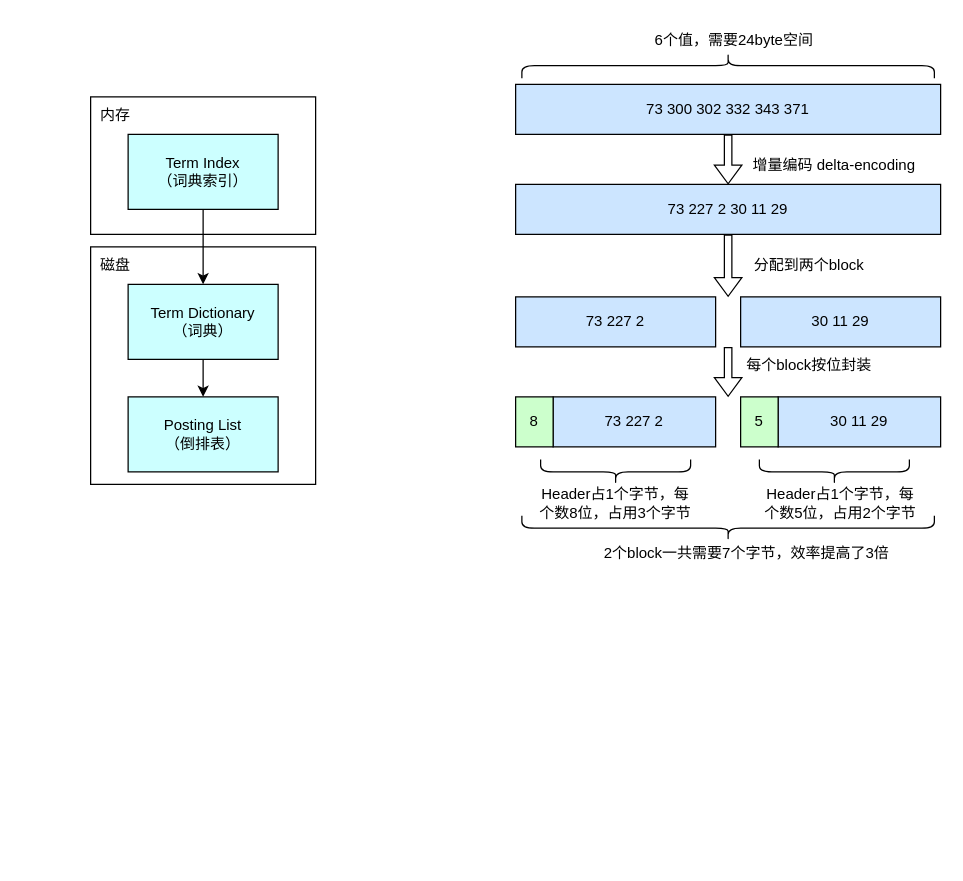
The draw.io diagram ElKDiagram.drawio in u014427391/javatrainingcamp, before the edit. Source tidied: cells renumbered, new cells numbered last; positions are measured from the earlier drawing's top-left corner, leaving out a move shared by most shapes. Both pictures are drawn from the tidied source at 125%, with x=0, y=0 at pixel (78, -141).
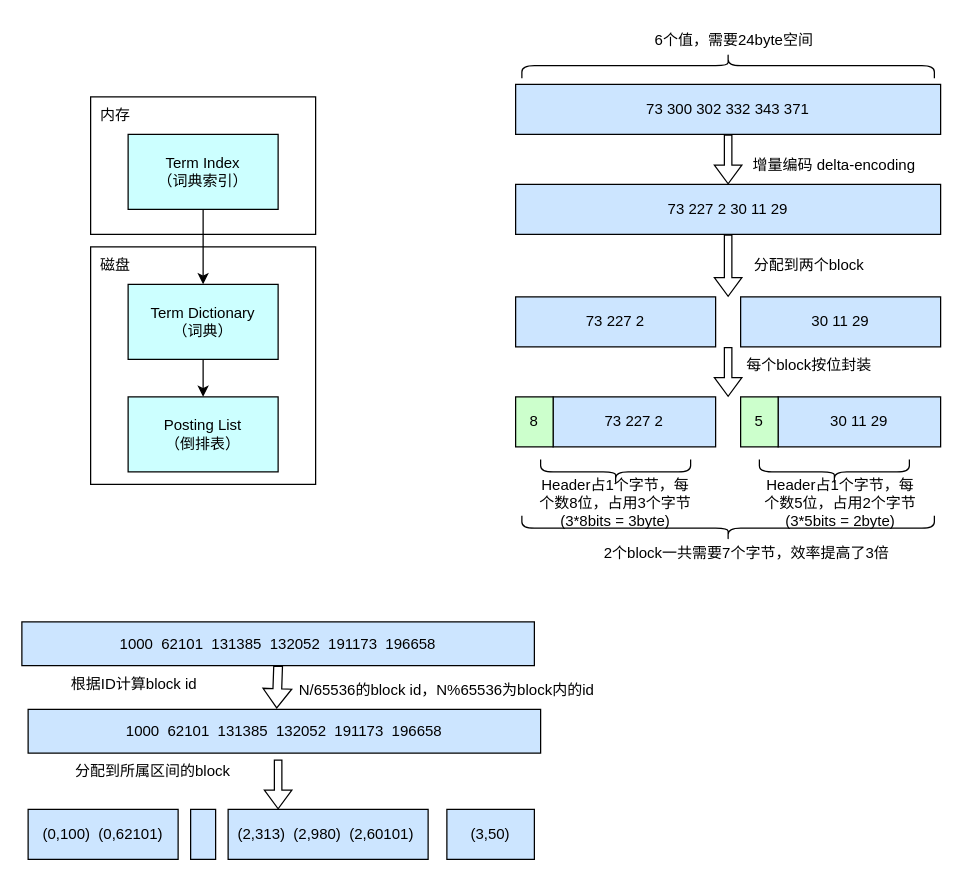
After the change.

The edit, as a diff of the source:
```diff
@@
-    <mxCell id="29" value="Header占1个字节，每个数8位，占用3个字节" style="text;html=1;strokeColor=none;fillColor=none;align=center;verticalAlign=middle;whiteSpace=wrap;rounded=0;" parent="1" vertex="1">
+    <mxCell id="29" value="Header占1个字节，每个数8位，占用3个字节(3*8bits = 3byte)" style="text;html=1;strokeColor=none;fillColor=none;align=center;verticalAlign=middle;whiteSpace=wrap;rounded=0;" parent="1" vertex="1">
       <mxGeometry x="365" y="500" width="130" height="30" as="geometry" />
     </mxCell>
-    <mxCell id="30" value="Header占1个字节，每个数5位，占用2个字节" style="text;html=1;strokeColor=none;fillColor=none;align=center;verticalAlign=middle;whiteSpace=wrap;rounded=0;" parent="1" vertex="1">
+    <mxCell id="30" value="Header占1个字节，每个数5位，占用2个字节(3*5bits = 2byte)" style="text;html=1;strokeColor=none;fillColor=none;align=center;verticalAlign=middle;whiteSpace=wrap;rounded=0;" parent="1" vertex="1">
       <mxGeometry x="545" y="500" width="130" height="30" as="geometry" />
     </mxCell>
@@
+    <mxCell id="33" value="1000&amp;nbsp; 62101&amp;nbsp; 131385&amp;nbsp; 132052&amp;nbsp; 191173&amp;nbsp; 196658" style="rounded=0;whiteSpace=wrap;html=1;fillColor=#CCE5FF;" parent="1" vertex="1">
+      <mxGeometry x="-45" y="610" width="410" height="35" as="geometry" />
+    </mxCell>
+    <mxCell id="34" value="1000&amp;nbsp; 62101&amp;nbsp; 131385&amp;nbsp; 132052&amp;nbsp; 191173&amp;nbsp; 196658" style="rounded=0;whiteSpace=wrap;html=1;fillColor=#CCE5FF;" parent="1" vertex="1">
+      <mxGeometry x="-40" y="680" width="410" height="35" as="geometry" />
+    </mxCell>
+    <mxCell id="35" value="(0,100)&amp;nbsp; (0,62101)" style="rounded=0;whiteSpace=wrap;html=1;fillColor=#CCE5FF;" parent="1" vertex="1">
+      <mxGeometry x="-40" y="760" width="120" height="40" as="geometry" />
+    </mxCell>
+    <mxCell id="36" value="(2,313)&amp;nbsp; (2,980)&amp;nbsp; (2,60101)&amp;nbsp;" style="rounded=0;whiteSpace=wrap;html=1;fillColor=#CCE5FF;" parent="1" vertex="1">
+      <mxGeometry x="120" y="760" width="160" height="40" as="geometry" />
+    </mxCell>
+    <mxCell id="37" value="(3,50)" style="rounded=0;whiteSpace=wrap;html=1;fillColor=#CCE5FF;" parent="1" vertex="1">
+      <mxGeometry x="295" y="760" width="70" height="40" as="geometry" />
+    </mxCell>
+    <mxCell id="38" style="rounded=0;whiteSpace=wrap;html=1;fillColor=#CCE5FF;" parent="1" vertex="1">
+      <mxGeometry x="90" y="760" width="20" height="40" as="geometry" />
+    </mxCell>
+    <mxCell id="39" style="shape=flexArrow;endArrow=classic;html=1;rounded=0;width=7;endSize=4.78;endWidth=15;entryX=0.485;entryY=-0.019;entryDx=0;entryDy=0;exitX=0.5;exitY=1;exitDx=0;exitDy=0;entryPerimeter=0;" parent="1" edge="1" source="33" target="34">
+      <mxGeometry relative="1" as="geometry" />
+    </mxCell>
+    <mxCell id="40" style="shape=flexArrow;endArrow=classic;html=1;rounded=0;width=6;endSize=4.66;endWidth=15;entryX=0.25;entryY=0;entryDx=0;entryDy=0;" parent="1" edge="1" target="36">
+      <mxGeometry relative="1" as="geometry">
+        <mxPoint x="160" y="720" as="sourcePoint" />
+      </mxGeometry>
+    </mxCell>
+    <mxCell id="41" value="根据ID计算block id" style="text;html=1;strokeColor=none;fillColor=none;align=center;verticalAlign=middle;whiteSpace=wrap;rounded=0;" parent="1" vertex="1">
+      <mxGeometry x="-10" y="645" width="110" height="30" as="geometry" />
+    </mxCell>
+    <mxCell id="42" value="N/65536的block id，N%65536为block内的id" style="text;html=1;strokeColor=none;fillColor=none;align=center;verticalAlign=middle;whiteSpace=wrap;rounded=0;" parent="1" vertex="1">
+      <mxGeometry x="170" y="650" width="250" height="30" as="geometry" />
+    </mxCell>
+    <mxCell id="43" value="分配到所属区间的block" style="text;html=1;strokeColor=none;fillColor=none;align=center;verticalAlign=middle;whiteSpace=wrap;rounded=0;" parent="1" vertex="1">
+      <mxGeometry x="-10" y="715" width="140" height="30" as="geometry" />
+    </mxCell>
```
